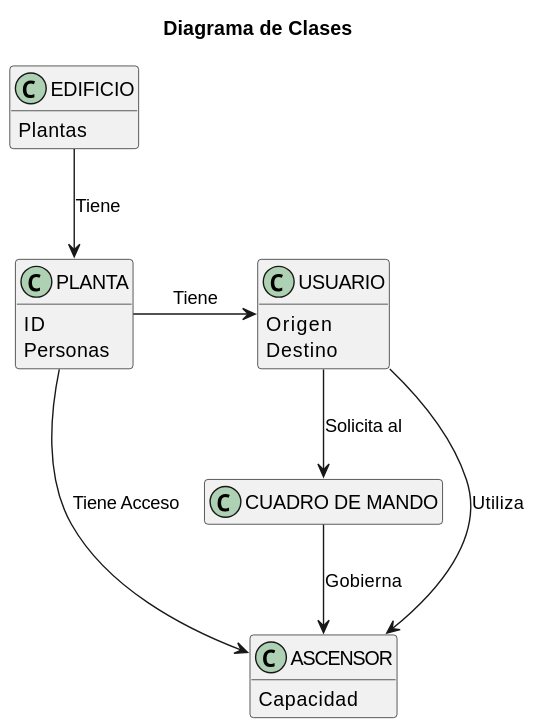
This is docs/Modelo_de_Dominio/Diagramas_de_Clases/Diagrama_de_Clases.svg from mmasias/23-24-IdSw2-SDD, a PlantUML export, as it was before one commit.
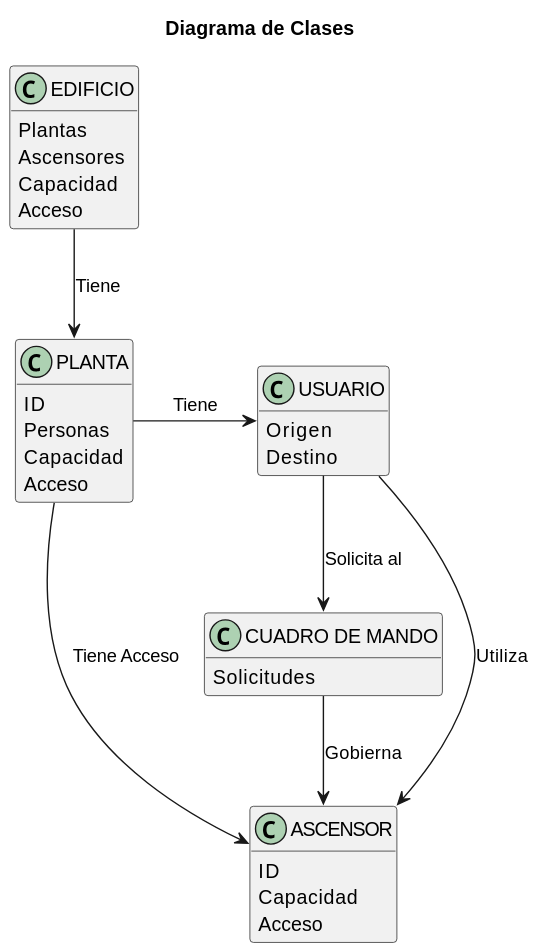
After the commit.

The edit, as a diff of the source:
```diff
@@ -10,7 +10,9 @@
 
 class ASCENSOR
 {
+    ID
     Capacidad
+    Acceso
 }
 
 class USUARIO
@@ -21,18 +23,23 @@
 
 class "CUADRO DE MANDO"
 {
-
+    Solicitudes
 }
 
 class PLANTA
 {
     ID
     Personas
+    Capacidad
+    Acceso
 }
 
 class EDIFICIO
 {
     Plantas
+    Ascensores
+    Capacidad
+    Acceso
 }
 
 
```
